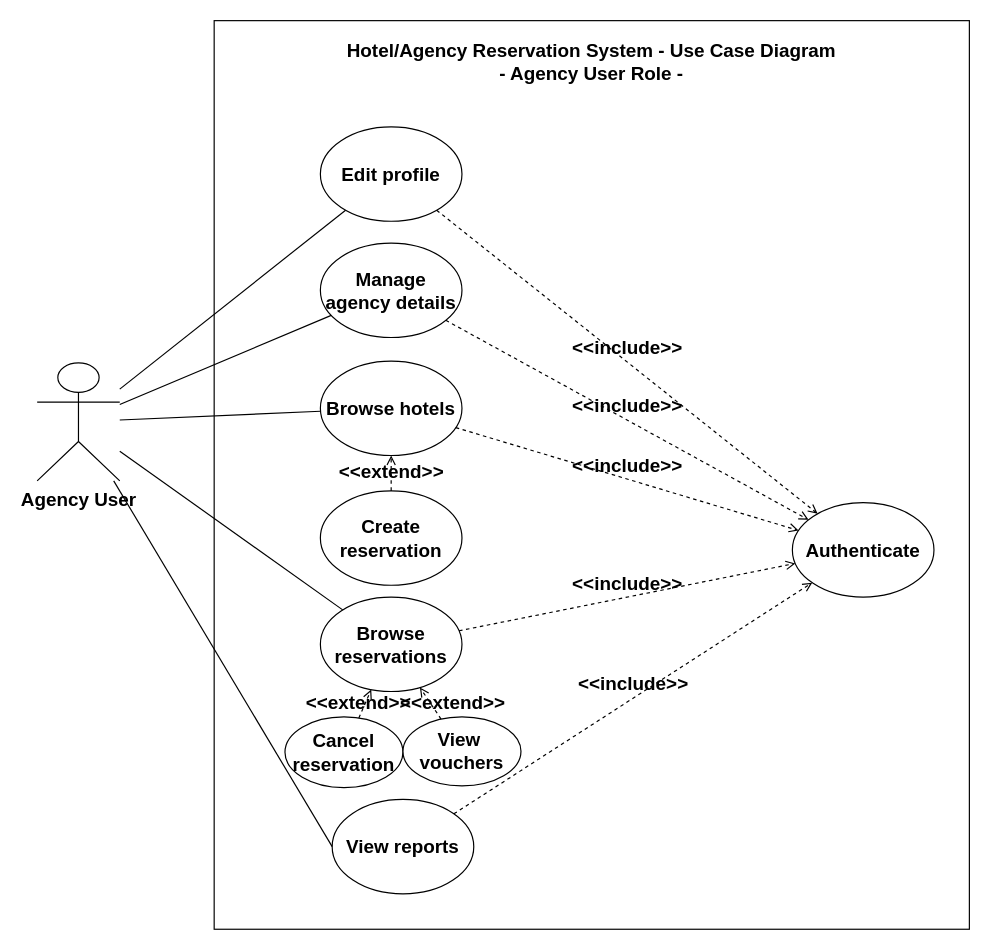
The draw.io diagram page "agency" (2 of 3) of use_case_diagram.drawio in jawharhmidi02/resrvy_diagrams, before the edit. Source tidied: cells renumbered, new cells numbered last; positions are measured from the earlier drawing's top-left corner, leaving out a move shared by most shapes. Both pictures are drawn from the tidied source at 118%, with x=0, y=0 at pixel (37, 20).
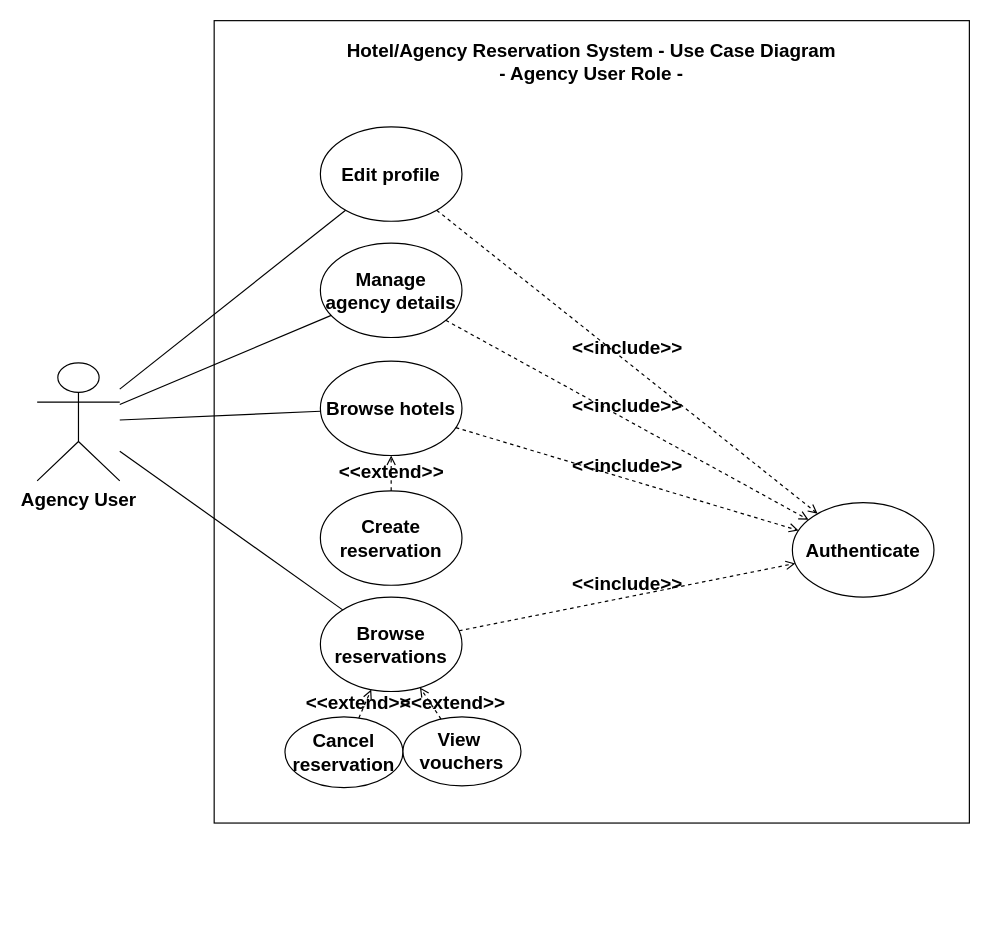
After the change.

Unchanged cells that the change refers to:
```xml
<mxCell id="4" value="Agency User" style="shape=umlActor;verticalLabelPosition=bottom;verticalAlign=top;html=1;outlineConnect=0;fontSize=16;fontStyle=1;" parent="1" vertex="1">
  <mxGeometry y="290" width="70" height="100" as="geometry" />
</mxCell>
<mxCell id="5" value="Authenticate" style="ellipse;whiteSpace=wrap;html=1;fontSize=16;fontStyle=1;" parent="1" vertex="1">
  <mxGeometry x="640" y="408.5" width="120" height="80" as="geometry" />
</mxCell>
```

What changed in the source:
```diff
@@
     <mxCell id="2" style="rounded=0;whiteSpace=wrap;html=1;fontSize=16;fontStyle=1;" parent="1" vertex="1">
-      <mxGeometry x="150" width="640" height="770" as="geometry" />
+      <mxGeometry x="150" width="640" height="680" as="geometry" />
     </mxCell>
@@
-    <mxCell id="12" value="View reports" style="ellipse;whiteSpace=wrap;html=1;fontSize=16;fontStyle=1;" parent="1" vertex="1">
-      <mxGeometry x="250" y="660" width="120" height="80" as="geometry" />
-    </mxCell>
@@
-    <mxCell id="15" value="&amp;lt;&amp;lt;include&amp;gt;&amp;gt;" style="html=1;verticalAlign=bottom;labelBackgroundColor=none;endArrow=open;endFill=0;dashed=1;rounded=0;fontSize=16;fontStyle=1;" parent="1" edge="1" source="12" target="5">
-      <mxGeometry relative="1" as="geometry" />
-    </mxCell>
-    <mxCell id="16" style="endArrow=none;html=1;rounded=0;fontSize=16;entryX=0;entryY=0.5;entryDx=0;entryDy=0;fontStyle=1;" parent="1" edge="1" source="4" target="12">
-      <mxGeometry relative="1" as="geometry" />
-    </mxCell>
```
